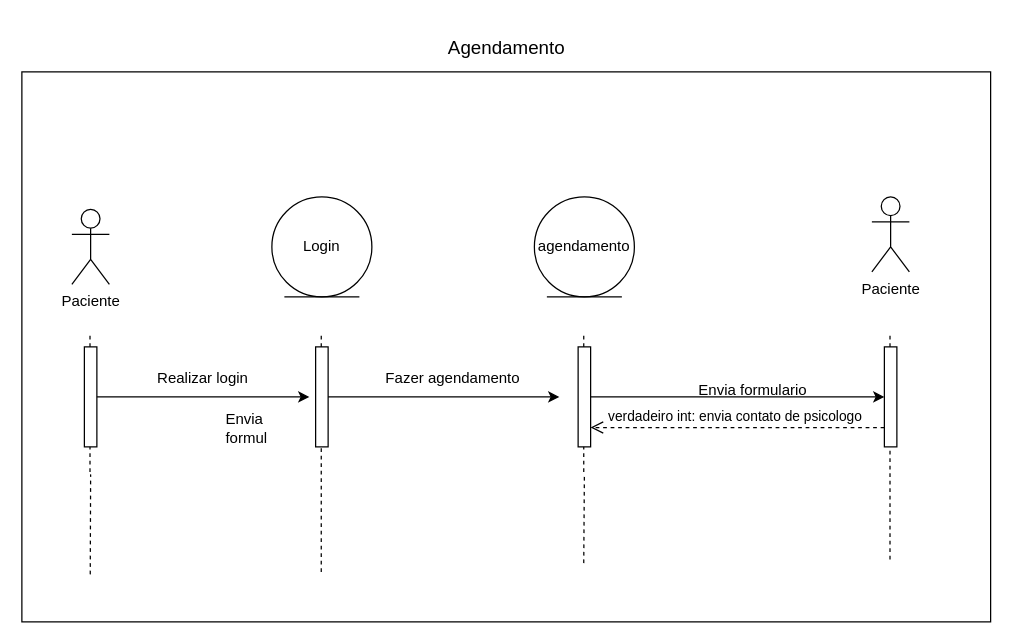
Earlier version of the draw.io diagram agendamento_dds.drawio (Patadaoikkk/uml). Source tidied: cells renumbered, new cells numbered last; positions are measured from the earlier drawing's top-left corner, leaving out a move shared by most shapes. Both pictures are drawn from the tidied source at 125%, with x=0, y=0 at pixel (21, 21).
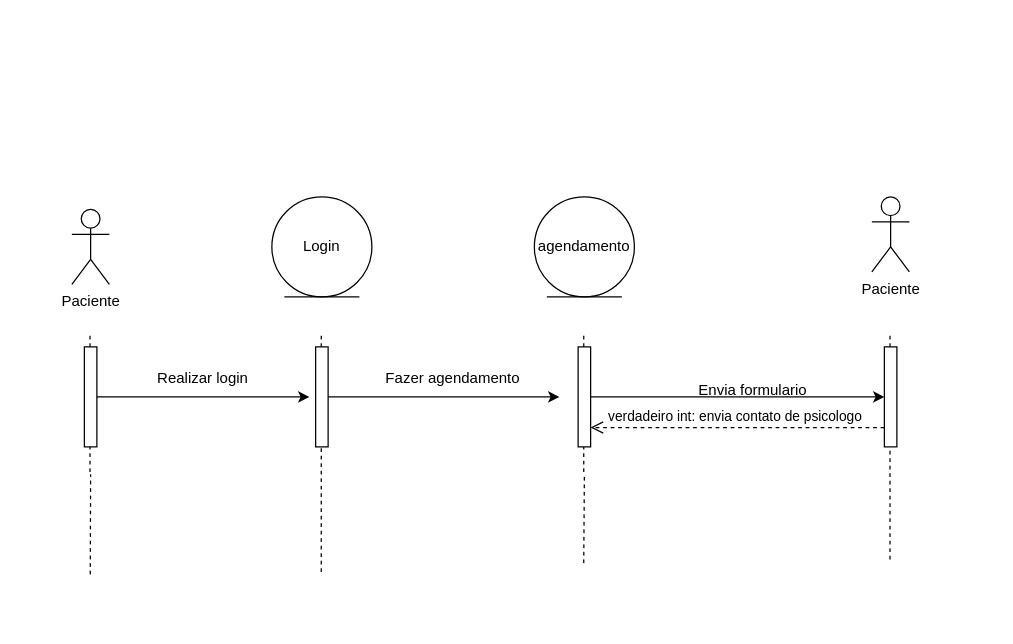
After the change.

Diff of the diagram source:
```diff
@@
-    <mxCell id="2" style="rounded=0;whiteSpace=wrap;html=1;" parent="1" vertex="1">
-      <mxGeometry y="40" width="775" height="440" as="geometry" />
-    </mxCell>
@@
-    <mxCell id="22" value="Envia&amp;nbsp; formul" style="text;html=1;align=center;verticalAlign=middle;whiteSpace=wrap;rounded=0;" parent="1" vertex="1">
-      <mxGeometry x="150" y="310" width="60" height="30" as="geometry" />
-    </mxCell>
@@
-    <mxCell id="29" value="Agendamento" style="text;html=1;align=center;verticalAlign=middle;whiteSpace=wrap;rounded=0;fontSize=15;" parent="1" vertex="1">
-      <mxGeometry x="197.5" width="380" height="40" as="geometry" />
-    </mxCell>
```
